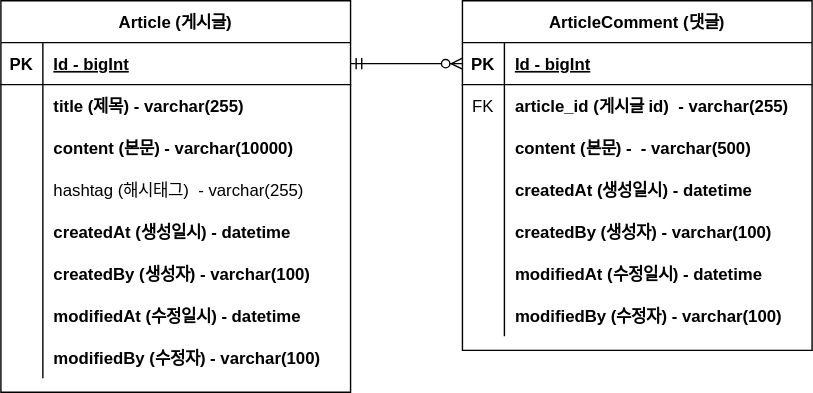
TaemHam/board-clonecoding-project keeps this draw.io diagram as document/project-board-erd.svg. Above is the earlier version. Source tidied: cells renumbered, new cells last; positions are measured from the earlier drawing's top-left corner, leaving out a move shared by most shapes.
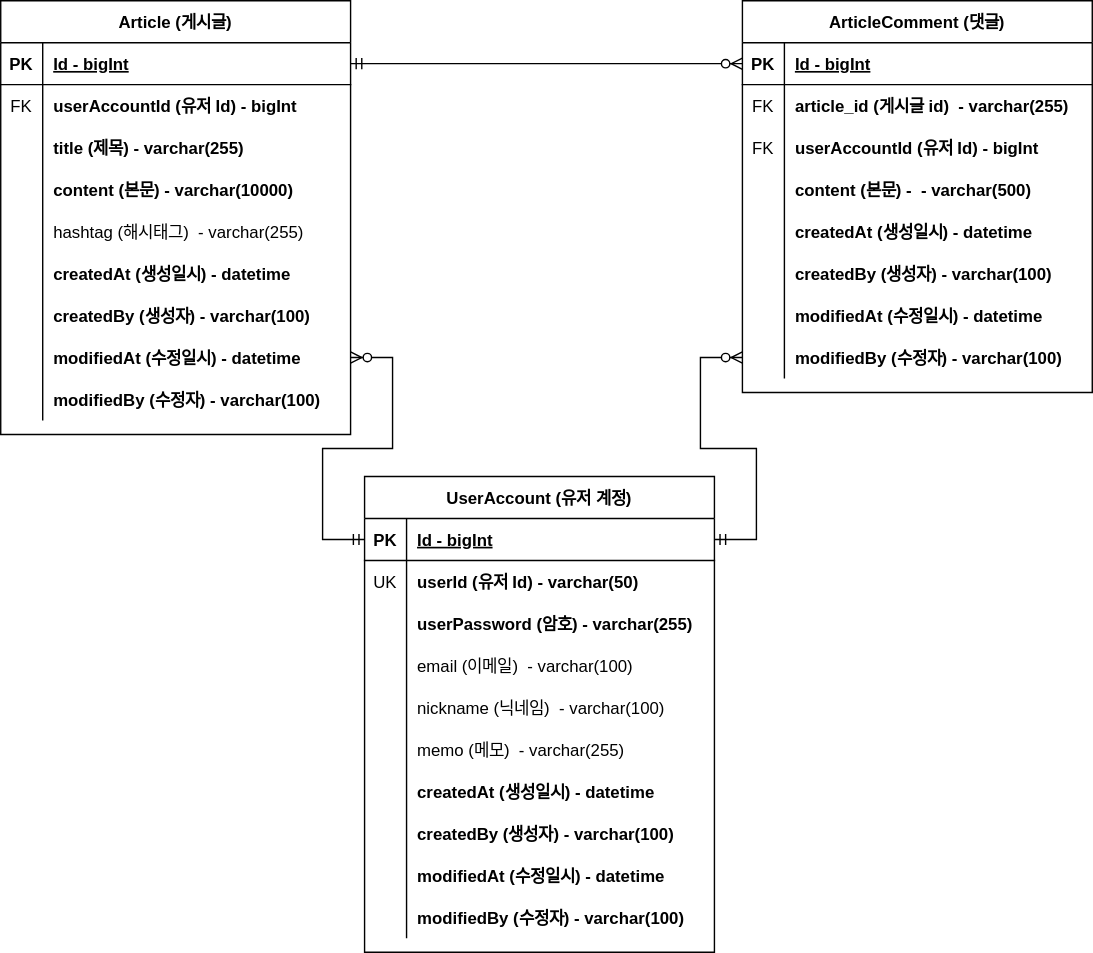
After the commit.

Commit message:
#18 - ERD 이미지에 유저 계정 추가: project-board-erd.svg

What changed in the source:
```diff
@@ -3,7 +3,7 @@
     <mxCell id="0" />
     <mxCell id="1" parent="0" />
     <mxCell id="2" value="Article (게시글)" style="shape=table;startSize=30;rowLines=0;fontStyle=1;align=center;" parent="1" vertex="1">
-      <mxGeometry width="250" height="280" as="geometry" />
+      <mxGeometry width="250" height="310" as="geometry" />
     </mxCell>
     <mxCell id="3" style="shape=partialRectangle;fillColor=none;points=[[0,0.5],[1,0.5]];portConstraint=eastwest;top=0;left=0;right=0;bottom=1;" parent="2" vertex="1">
       <mxGeometry y="30" width="250" height="30" as="geometry" />
@@ -20,11 +20,20 @@
     <mxCell id="7" style="shape=partialRectangle;overflow=hidden;fillColor=none;top=0;left=0;bottom=0;right=0;" parent="6" vertex="1">
       <mxGeometry width="30" height="30" as="geometry" />
     </mxCell>
-    <mxCell id="8" value="title (제목) - varchar(255)" style="shape=partialRectangle;overflow=hidden;fillColor=none;top=0;left=0;bottom=0;right=0;align=left;spacingLeft=6;fontStyle=1;" parent="6" vertex="1">
+    <mxCell id="8" value="userAccountId (유저 Id) - bigInt" style="shape=partialRectangle;overflow=hidden;fillColor=none;top=0;left=0;bottom=0;right=0;align=left;spacingLeft=6;fontStyle=1;" parent="6" vertex="1">
       <mxGeometry x="30" width="220" height="30" as="geometry" />
     </mxCell>
+    <mxCell id="50" style="shape=partialRectangle;fillColor=none;top=0;left=0;right=0;bottom=0;" parent="2" vertex="1">
+      <mxGeometry y="90" width="250" height="30" as="geometry" />
+    </mxCell>
+    <mxCell id="51" style="shape=partialRectangle;overflow=hidden;fillColor=none;top=0;left=0;bottom=0;right=0;" parent="50" vertex="1">
+      <mxGeometry width="30" height="30" as="geometry" />
+    </mxCell>
+    <mxCell id="52" value="title (제목) - varchar(255)" style="shape=partialRectangle;overflow=hidden;fillColor=none;top=0;left=0;bottom=0;right=0;align=left;spacingLeft=6;fontStyle=1;" parent="50" vertex="1">
+      <mxGeometry x="30" width="220" height="30" as="geometry" />
+    </mxCell>
     <mxCell id="9" style="shape=partialRectangle;fillColor=none;top=0;left=0;right=0;bottom=0;" parent="2" vertex="1">
-      <mxGeometry y="90" width="250" height="30" as="geometry" />
+      <mxGeometry y="120" width="250" height="30" as="geometry" />
     </mxCell>
     <mxCell id="10" style="shape=partialRectangle;overflow=hidden;fillColor=none;top=0;left=0;bottom=0;right=0;" parent="9" vertex="1">
       <mxGeometry width="30" height="30" as="geometry" />
@@ -33,7 +42,7 @@
       <mxGeometry x="30" width="220" height="30" as="geometry" />
     </mxCell>
     <mxCell id="12" style="shape=partialRectangle;fillColor=none;top=0;left=0;right=0;bottom=0;" parent="2" vertex="1">
-      <mxGeometry y="120" width="250" height="30" as="geometry" />
+      <mxGeometry y="150" width="250" height="30" as="geometry" />
     </mxCell>
     <mxCell id="13" style="shape=partialRectangle;overflow=hidden;fillColor=none;top=0;left=0;bottom=0;right=0;" parent="12" vertex="1">
       <mxGeometry width="30" height="30" as="geometry" />
@@ -42,7 +51,7 @@
       <mxGeometry x="30" width="220" height="30" as="geometry" />
     </mxCell>
     <mxCell id="15" style="shape=partialRectangle;fillColor=none;top=0;left=0;right=0;bottom=0;" parent="2" vertex="1">
-      <mxGeometry y="150" width="250" height="30" as="geometry" />
+      <mxGeometry y="180" width="250" height="30" as="geometry" />
     </mxCell>
     <mxCell id="16" style="shape=partialRectangle;overflow=hidden;fillColor=none;top=0;left=0;bottom=0;right=0;" parent="15" vertex="1">
       <mxGeometry width="30" height="30" as="geometry" />
@@ -51,7 +60,7 @@
       <mxGeometry x="30" width="220" height="30" as="geometry" />
     </mxCell>
     <mxCell id="18" style="shape=partialRectangle;fillColor=none;top=0;left=0;right=0;bottom=0;" parent="2" vertex="1">
-      <mxGeometry y="180" width="250" height="30" as="geometry" />
+      <mxGeometry y="210" width="250" height="30" as="geometry" />
     </mxCell>
     <mxCell id="19" style="shape=partialRectangle;overflow=hidden;fillColor=none;top=0;left=0;bottom=0;right=0;" parent="18" vertex="1">
       <mxGeometry width="30" height="30" as="geometry" />
@@ -60,7 +69,7 @@
       <mxGeometry x="30" width="220" height="30" as="geometry" />
     </mxCell>
     <mxCell id="21" style="shape=partialRectangle;fillColor=none;points=[[0,0.5],[1,0.5]];portConstraint=eastwest;top=0;left=0;right=0;bottom=0;" parent="2" vertex="1">
-      <mxGeometry y="210" width="250" height="30" as="geometry" />
+      <mxGeometry y="240" width="250" height="30" as="geometry" />
     </mxCell>
     <mxCell id="22" style="shape=partialRectangle;overflow=hidden;fillColor=none;top=0;left=0;bottom=0;right=0;" parent="21" vertex="1">
       <mxGeometry width="30" height="30" as="geometry" />
@@ -69,7 +78,7 @@
       <mxGeometry x="30" width="220" height="30" as="geometry" />
     </mxCell>
     <mxCell id="24" style="shape=partialRectangle;fillColor=none;top=0;left=0;right=0;bottom=0;" parent="2" vertex="1">
-      <mxGeometry y="240" width="250" height="30" as="geometry" />
+      <mxGeometry y="270" width="250" height="30" as="geometry" />
     </mxCell>
     <mxCell id="25" style="shape=partialRectangle;overflow=hidden;fillColor=none;top=0;left=0;bottom=0;right=0;" parent="24" vertex="1">
       <mxGeometry width="30" height="30" as="geometry" />
@@ -78,7 +87,7 @@
       <mxGeometry x="30" width="220" height="30" as="geometry" />
     </mxCell>
     <mxCell id="27" value="ArticleComment (댓글)" style="shape=table;startSize=30;rowLines=0;fontStyle=1;align=center;" parent="1" vertex="1">
-      <mxGeometry x="330" width="250" height="250" as="geometry" />
+      <mxGeometry x="530" width="250" height="280" as="geometry" />
     </mxCell>
     <mxCell id="28" style="shape=partialRectangle;fillColor=none;points=[[0,0.5],[1,0.5]];portConstraint=eastwest;top=0;left=0;right=0;bottom=1;" parent="27" vertex="1">
       <mxGeometry y="30" width="250" height="30" as="geometry" />
@@ -98,8 +107,17 @@
     <mxCell id="33" value="article_id (게시글 id)  - varchar(255)" style="shape=partialRectangle;overflow=hidden;fillColor=none;top=0;left=0;bottom=0;right=0;align=left;spacingLeft=6;fontStyle=1;" parent="31" vertex="1">
       <mxGeometry x="30" width="220" height="30" as="geometry" />
     </mxCell>
+    <mxCell id="53" style="shape=partialRectangle;fillColor=none;top=0;left=0;right=0;bottom=0;" parent="27" vertex="1">
+      <mxGeometry y="90" width="250" height="30" as="geometry" />
+    </mxCell>
+    <mxCell id="54" value="FK" style="shape=partialRectangle;overflow=hidden;fillColor=none;top=0;left=0;bottom=0;right=0;" parent="53" vertex="1">
+      <mxGeometry width="30" height="30" as="geometry" />
+    </mxCell>
+    <mxCell id="55" value="userAccountId (유저 Id) - bigInt" style="shape=partialRectangle;overflow=hidden;fillColor=none;top=0;left=0;bottom=0;right=0;align=left;spacingLeft=6;fontStyle=1;" parent="53" vertex="1">
+      <mxGeometry x="30" width="220" height="30" as="geometry" />
+    </mxCell>
     <mxCell id="34" style="shape=partialRectangle;fillColor=none;top=0;left=0;right=0;bottom=0;" parent="27" vertex="1">
-      <mxGeometry y="90" width="250" height="30" as="geometry" />
+      <mxGeometry y="120" width="250" height="30" as="geometry" />
     </mxCell>
     <mxCell id="35" style="shape=partialRectangle;overflow=hidden;fillColor=none;top=0;left=0;bottom=0;right=0;" parent="34" vertex="1">
       <mxGeometry width="30" height="30" as="geometry" />
@@ -108,7 +126,7 @@
       <mxGeometry x="30" width="220" height="30" as="geometry" />
     </mxCell>
     <mxCell id="37" style="shape=partialRectangle;fillColor=none;top=0;left=0;right=0;bottom=0;" parent="27" vertex="1">
-      <mxGeometry y="120" width="250" height="30" as="geometry" />
+      <mxGeometry y="150" width="250" height="30" as="geometry" />
     </mxCell>
     <mxCell id="38" style="shape=partialRectangle;overflow=hidden;fillColor=none;top=0;left=0;bottom=0;right=0;" parent="37" vertex="1">
       <mxGeometry width="30" height="30" as="geometry" />
@@ -117,7 +135,7 @@
       <mxGeometry x="30" width="220" height="30" as="geometry" />
     </mxCell>
     <mxCell id="40" style="shape=partialRectangle;fillColor=none;top=0;left=0;right=0;bottom=0;" parent="27" vertex="1">
-      <mxGeometry y="150" width="250" height="30" as="geometry" />
+      <mxGeometry y="180" width="250" height="30" as="geometry" />
     </mxCell>
     <mxCell id="41" style="shape=partialRectangle;overflow=hidden;fillColor=none;top=0;left=0;bottom=0;right=0;" parent="40" vertex="1">
       <mxGeometry width="30" height="30" as="geometry" />
@@ -126,7 +144,7 @@
       <mxGeometry x="30" width="220" height="30" as="geometry" />
     </mxCell>
     <mxCell id="43" style="shape=partialRectangle;fillColor=none;top=0;left=0;right=0;bottom=0;" parent="27" vertex="1">
-      <mxGeometry y="180" width="250" height="30" as="geometry" />
+      <mxGeometry y="210" width="250" height="30" as="geometry" />
     </mxCell>
     <mxCell id="44" style="shape=partialRectangle;overflow=hidden;fillColor=none;top=0;left=0;bottom=0;right=0;" parent="43" vertex="1">
       <mxGeometry width="30" height="30" as="geometry" />
@@ -135,7 +153,7 @@
       <mxGeometry x="30" width="220" height="30" as="geometry" />
     </mxCell>
     <mxCell id="46" style="shape=partialRectangle;fillColor=none;points=[[0,0.5],[1,0.5]];portConstraint=eastwest;top=0;left=0;right=0;bottom=0;" parent="27" vertex="1">
-      <mxGeometry y="210" width="250" height="30" as="geometry" />
+      <mxGeometry y="240" width="250" height="30" as="geometry" />
     </mxCell>
     <mxCell id="47" style="shape=partialRectangle;overflow=hidden;fillColor=none;top=0;left=0;bottom=0;right=0;" parent="46" vertex="1">
       <mxGeometry width="30" height="30" as="geometry" />
@@ -146,5 +164,107 @@
     <mxCell id="49" style="edgeStyle=entityRelationEdgeStyle;fontSize=12;html=1;endArrow=ERzeroToMany;startArrow=ERmandOne;rounded=0;exitX=1;exitY=0.5;exitDx=0;exitDy=0;entryX=0;entryY=0.5;entryDx=0;entryDy=0;" parent="1" edge="1" source="3" target="28">
       <mxGeometry relative="1" as="geometry" />
     </mxCell>
+    <mxCell id="56" value="UserAccount (유저 계정)" style="shape=table;startSize=30;rowLines=0;fontStyle=1;align=center;" parent="1" vertex="1">
+      <mxGeometry x="260" y="340" width="250" height="340" as="geometry" />
+    </mxCell>
+    <mxCell id="57" style="shape=partialRectangle;fillColor=none;points=[[0,0.5],[1,0.5]];portConstraint=eastwest;top=0;left=0;right=0;bottom=1;" parent="56" vertex="1">
+      <mxGeometry y="30" width="250" height="30" as="geometry" />
+    </mxCell>
+    <mxCell id="58" value="PK" style="shape=partialRectangle;overflow=hidden;fillColor=none;top=0;left=0;bottom=0;right=0;fontStyle=1;" parent="57" vertex="1">
+      <mxGeometry width="30" height="30" as="geometry" />
+    </mxCell>
+    <mxCell id="59" value="Id - bigInt" style="shape=partialRectangle;overflow=hidden;fillColor=none;top=0;left=0;bottom=0;right=0;align=left;spacingLeft=6;fontStyle=5;" parent="57" vertex="1">
+      <mxGeometry x="30" width="220" height="30" as="geometry" />
+    </mxCell>
+    <mxCell id="60" style="shape=partialRectangle;fillColor=none;top=0;left=0;right=0;bottom=0;" parent="56" vertex="1">
+      <mxGeometry y="60" width="250" height="30" as="geometry" />
+    </mxCell>
+    <mxCell id="61" value="UK" style="shape=partialRectangle;overflow=hidden;fillColor=none;top=0;left=0;bottom=0;right=0;" parent="60" vertex="1">
+      <mxGeometry width="30" height="30" as="geometry" />
+    </mxCell>
+    <mxCell id="62" value="userId (유저 Id) - varchar(50)" style="shape=partialRectangle;overflow=hidden;fillColor=none;top=0;left=0;bottom=0;right=0;align=left;spacingLeft=6;fontStyle=1;" parent="60" vertex="1">
+      <mxGeometry x="30" width="220" height="30" as="geometry" />
+    </mxCell>
+    <mxCell id="63" style="shape=partialRectangle;fillColor=none;top=0;left=0;right=0;bottom=0;" parent="56" vertex="1">
+      <mxGeometry y="90" width="250" height="30" as="geometry" />
+    </mxCell>
+    <mxCell id="64" style="shape=partialRectangle;overflow=hidden;fillColor=none;top=0;left=0;bottom=0;right=0;" parent="63" vertex="1">
+      <mxGeometry width="30" height="30" as="geometry" />
+    </mxCell>
+    <mxCell id="65" value="userPassword (암호) - varchar(255)" style="shape=partialRectangle;overflow=hidden;fillColor=none;top=0;left=0;bottom=0;right=0;align=left;spacingLeft=6;fontStyle=1;" parent="63" vertex="1">
+      <mxGeometry x="30" width="220" height="30" as="geometry" />
+    </mxCell>
+    <mxCell id="66" style="shape=partialRectangle;fillColor=none;top=0;left=0;right=0;bottom=0;" parent="56" vertex="1">
+      <mxGeometry y="120" width="250" height="30" as="geometry" />
+    </mxCell>
+    <mxCell id="67" style="shape=partialRectangle;overflow=hidden;fillColor=none;top=0;left=0;bottom=0;right=0;" parent="66" vertex="1">
+      <mxGeometry width="30" height="30" as="geometry" />
+    </mxCell>
+    <mxCell id="68" value="email (이메일)  - varchar(100)" style="shape=partialRectangle;overflow=hidden;fillColor=none;top=0;left=0;bottom=0;right=0;align=left;spacingLeft=6;" parent="66" vertex="1">
+      <mxGeometry x="30" width="220" height="30" as="geometry" />
+    </mxCell>
+    <mxCell id="69" style="shape=partialRectangle;fillColor=none;top=0;left=0;right=0;bottom=0;" parent="56" vertex="1">
+      <mxGeometry y="150" width="250" height="30" as="geometry" />
+    </mxCell>
+    <mxCell id="70" style="shape=partialRectangle;overflow=hidden;fillColor=none;top=0;left=0;bottom=0;right=0;" parent="69" vertex="1">
+      <mxGeometry width="30" height="30" as="geometry" />
+    </mxCell>
+    <mxCell id="71" value="nickname (닉네임)  - varchar(100)" style="shape=partialRectangle;overflow=hidden;fillColor=none;top=0;left=0;bottom=0;right=0;align=left;spacingLeft=6;" parent="69" vertex="1">
+      <mxGeometry x="30" width="220" height="30" as="geometry" />
+    </mxCell>
+    <mxCell id="72" style="shape=partialRectangle;fillColor=none;top=0;left=0;right=0;bottom=0;" parent="56" vertex="1">
+      <mxGeometry y="180" width="250" height="30" as="geometry" />
+    </mxCell>
+    <mxCell id="73" style="shape=partialRectangle;overflow=hidden;fillColor=none;top=0;left=0;bottom=0;right=0;" parent="72" vertex="1">
+      <mxGeometry width="30" height="30" as="geometry" />
+    </mxCell>
+    <mxCell id="74" value="memo (메모)  - varchar(255)" style="shape=partialRectangle;overflow=hidden;fillColor=none;top=0;left=0;bottom=0;right=0;align=left;spacingLeft=6;" parent="72" vertex="1">
+      <mxGeometry x="30" width="220" height="30" as="geometry" />
+    </mxCell>
+    <mxCell id="75" style="shape=partialRectangle;fillColor=none;top=0;left=0;right=0;bottom=0;" parent="56" vertex="1">
+      <mxGeometry y="210" width="250" height="30" as="geometry" />
+    </mxCell>
+    <mxCell id="76" style="shape=partialRectangle;overflow=hidden;fillColor=none;top=0;left=0;bottom=0;right=0;" parent="75" vertex="1">
+      <mxGeometry width="30" height="30" as="geometry" />
+    </mxCell>
+    <mxCell id="77" value="createdAt (생성일시) - datetime" style="shape=partialRectangle;overflow=hidden;fillColor=none;top=0;left=0;bottom=0;right=0;align=left;spacingLeft=6;fontStyle=1;" parent="75" vertex="1">
+      <mxGeometry x="30" width="220" height="30" as="geometry" />
+    </mxCell>
+    <mxCell id="78" style="shape=partialRectangle;fillColor=none;top=0;left=0;right=0;bottom=0;" parent="56" vertex="1">
+      <mxGeometry y="240" width="250" height="30" as="geometry" />
+    </mxCell>
+    <mxCell id="79" style="shape=partialRectangle;overflow=hidden;fillColor=none;top=0;left=0;bottom=0;right=0;" parent="78" vertex="1">
+      <mxGeometry width="30" height="30" as="geometry" />
+    </mxCell>
+    <mxCell id="80" value="createdBy (생성자) - varchar(100)" style="shape=partialRectangle;overflow=hidden;fillColor=none;top=0;left=0;bottom=0;right=0;align=left;spacingLeft=6;fontStyle=1;" parent="78" vertex="1">
+      <mxGeometry x="30" width="220" height="30" as="geometry" />
+    </mxCell>
+    <mxCell id="81" style="shape=partialRectangle;fillColor=none;top=0;left=0;right=0;bottom=0;" parent="56" vertex="1">
+      <mxGeometry y="270" width="250" height="30" as="geometry" />
+    </mxCell>
+    <mxCell id="82" style="shape=partialRectangle;overflow=hidden;fillColor=none;top=0;left=0;bottom=0;right=0;" parent="81" vertex="1">
+      <mxGeometry width="30" height="30" as="geometry" />
+    </mxCell>
+    <mxCell id="83" value="modifiedAt (수정일시) - datetime" style="shape=partialRectangle;overflow=hidden;fillColor=none;top=0;left=0;bottom=0;right=0;align=left;spacingLeft=6;fontStyle=1;" parent="81" vertex="1">
+      <mxGeometry x="30" width="220" height="30" as="geometry" />
+    </mxCell>
+    <mxCell id="84" style="shape=partialRectangle;fillColor=none;top=0;left=0;right=0;bottom=0;" parent="56" vertex="1">
+      <mxGeometry y="300" width="250" height="30" as="geometry" />
+    </mxCell>
+    <mxCell id="85" style="shape=partialRectangle;overflow=hidden;fillColor=none;top=0;left=0;bottom=0;right=0;" parent="84" vertex="1">
+      <mxGeometry width="30" height="30" as="geometry" />
+    </mxCell>
+    <mxCell id="86" value="modifiedBy (수정자) - varchar(100)" style="shape=partialRectangle;overflow=hidden;fillColor=none;top=0;left=0;bottom=0;right=0;align=left;spacingLeft=6;fontStyle=1;" parent="84" vertex="1">
+      <mxGeometry x="30" width="220" height="30" as="geometry" />
+    </mxCell>
+    <mxCell id="87" style="edgeStyle=entityRelationEdgeStyle;fontSize=12;html=1;endArrow=ERzeroToMany;startArrow=ERmandOne;rounded=0;exitX=0;exitY=0.5;exitDx=0;exitDy=0;entryX=1;entryY=0.5;entryDx=0;entryDy=0;" parent="1" edge="1" source="57" target="21">
+      <mxGeometry x="-0.23" y="-20" relative="1" as="geometry" />
+    </mxCell>
+    <mxCell id="88" style="edgeStyle=entityRelationEdgeStyle;fontSize=12;html=1;endArrow=ERzeroToMany;startArrow=ERmandOne;rounded=0;exitX=1;exitY=0.5;exitDx=0;exitDy=0;entryX=0;entryY=0.5;entryDx=0;entryDy=0;" parent="1" edge="1" source="57" target="46">
+      <mxGeometry x="-0.23" y="-20" relative="1" as="geometry" />
+    </mxCell>
+    <mxCell id="89" value="FK" style="shape=partialRectangle;overflow=hidden;fillColor=none;top=0;left=0;bottom=0;right=0;" parent="1" vertex="1">
+      <mxGeometry y="60" width="30" height="30" as="geometry" />
+    </mxCell>
   </root>
 </mxGraphModel>
```
